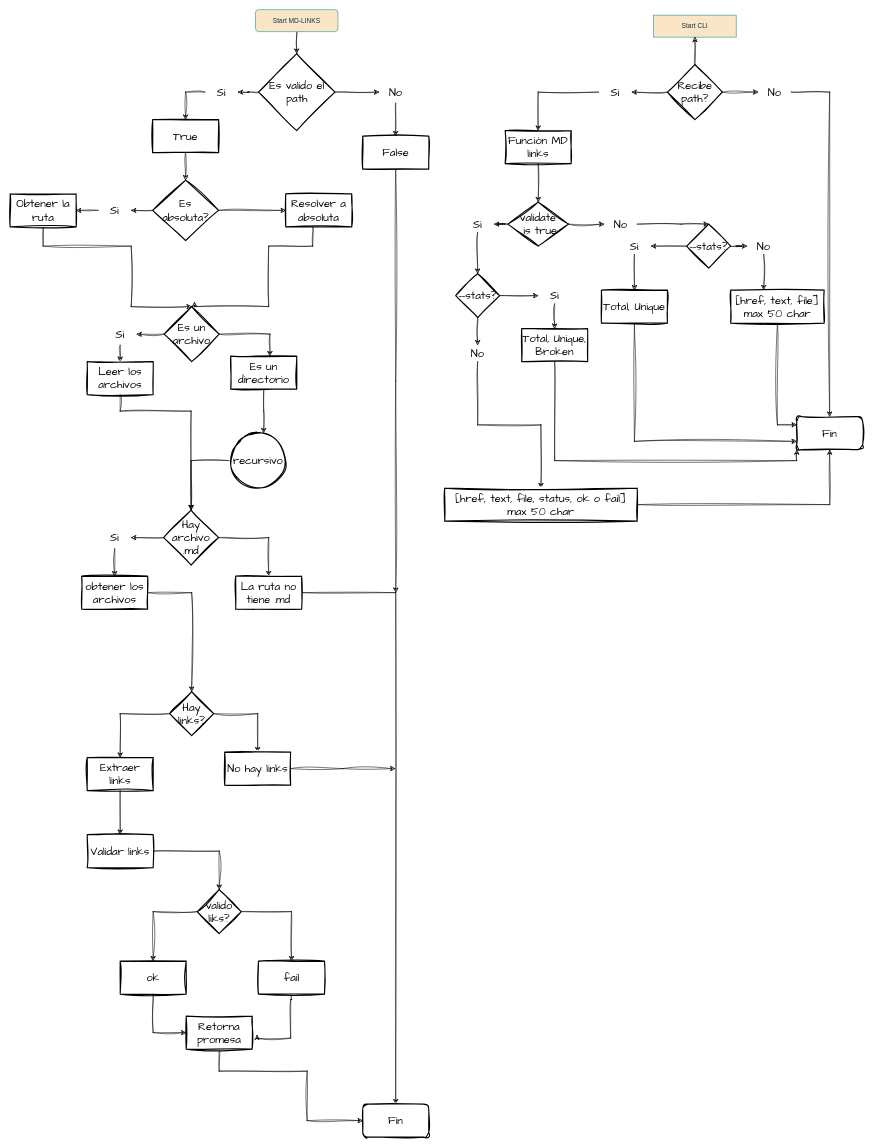
The draw.io diagram Diagrama sin título.drawio in jhosefin/MD-LINKS, before the edit. Source tidied: cells renumbered, new cells numbered last; positions are measured from the earlier drawing's top-left corner, leaving out a move shared by most shapes. Both pictures are drawn from the tidied source at 55%, with x=0, y=0 at pixel (10, 9).
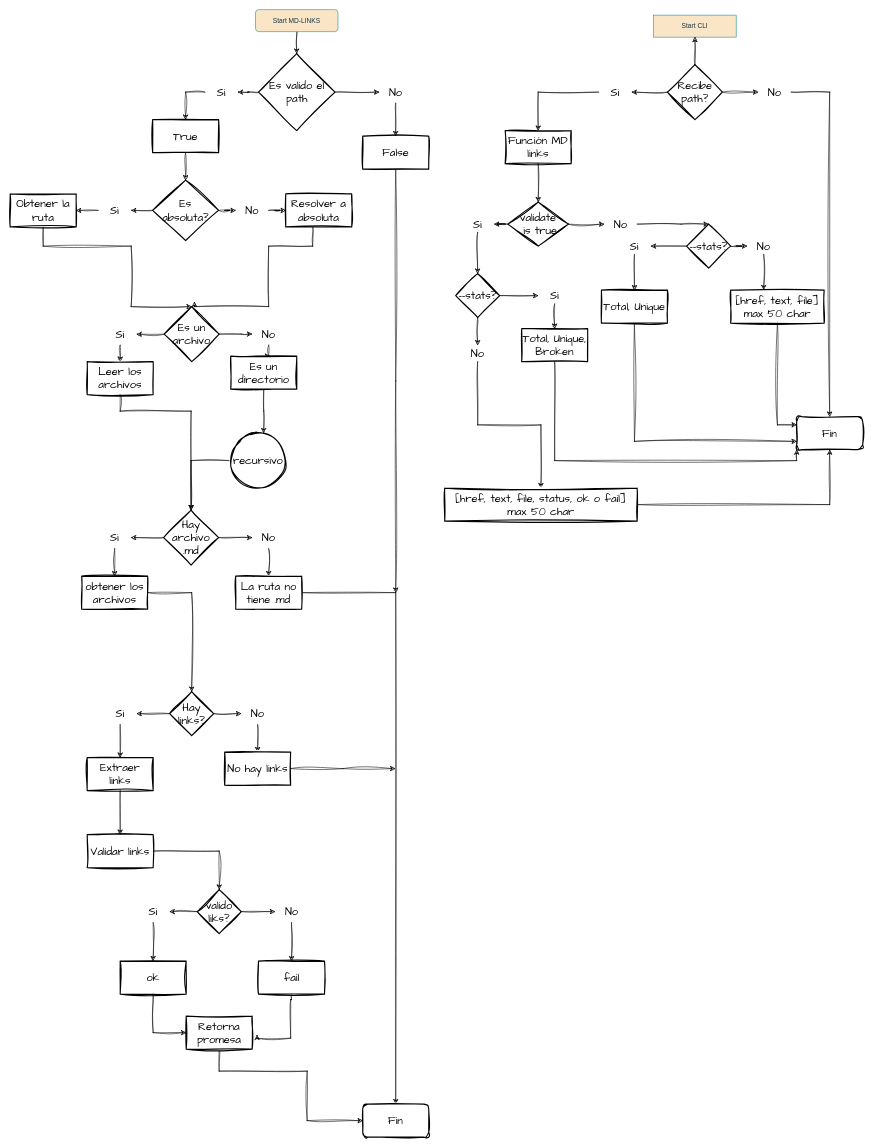
The same diagram, later.

Unchanged cells that the change refers to:
```xml
<mxCell id="10" value="&lt;div&gt;Es &lt;br&gt;&lt;/div&gt;&lt;div&gt;absoluta?&lt;/div&gt;" style="strokeWidth=2;html=1;shape=mxgraph.flowchart.decision;whiteSpace=wrap;sketch=1;hachureGap=4;jiggle=2;curveFitting=1;fontFamily=Architects Daughter;fontSize=20;" parent="1" vertex="1">
  <mxGeometry x="259" y="310" width="120" height="110" as="geometry" />
</mxCell>
<mxCell id="14" value="Resolver a absoluta" style="whiteSpace=wrap;html=1;fontSize=20;fontFamily=Architects Daughter;strokeWidth=2;sketch=1;hachureGap=4;jiggle=2;curveFitting=1;" parent="1" vertex="1">
  <mxGeometry x="501" y="335" width="120" height="60" as="geometry" />
</mxCell>
<mxCell id="17" value="Es un archivo" style="strokeWidth=2;html=1;shape=mxgraph.flowchart.decision;whiteSpace=wrap;sketch=1;hachureGap=4;jiggle=2;curveFitting=1;fontFamily=Architects Daughter;fontSize=20;" parent="1" vertex="1">
  <mxGeometry x="280" y="540" width="100" height="100" as="geometry" />
</mxCell>
<mxCell id="19" value="Es un directorio" style="whiteSpace=wrap;html=1;fontSize=20;fontFamily=Architects Daughter;strokeWidth=2;sketch=1;hachureGap=4;jiggle=2;curveFitting=1;" parent="1" vertex="1">
  <mxGeometry x="401" y="630" width="120" height="60" as="geometry" />
</mxCell>
<mxCell id="26" value="Hay archivo .md" style="strokeWidth=2;html=1;shape=mxgraph.flowchart.decision;whiteSpace=wrap;sketch=1;hachureGap=4;jiggle=2;curveFitting=1;fontFamily=Architects Daughter;fontSize=20;" parent="1" vertex="1">
  <mxGeometry x="279" y="910" width="100" height="100" as="geometry" />
</mxCell>
<mxCell id="28" value="La ruta no tiene .md" style="whiteSpace=wrap;html=1;fontSize=20;fontFamily=Architects Daughter;strokeWidth=2;sketch=1;hachureGap=4;jiggle=2;curveFitting=1;" parent="1" vertex="1">
  <mxGeometry x="410" y="1030" width="120" height="60" as="geometry" />
</mxCell>
<mxCell id="33" value="Hay links?" style="rhombus;whiteSpace=wrap;html=1;fontSize=20;fontFamily=Architects Daughter;strokeWidth=2;sketch=1;hachureGap=4;jiggle=2;curveFitting=1;" parent="1" vertex="1">
  <mxGeometry x="290" y="1240" width="80" height="80" as="geometry" />
</mxCell>
<mxCell id="35" value="No hay links" style="whiteSpace=wrap;html=1;fontSize=20;fontFamily=Architects Daughter;strokeWidth=2;sketch=1;hachureGap=4;jiggle=2;curveFitting=1;" parent="1" vertex="1">
  <mxGeometry x="390" y="1350" width="120" height="60" as="geometry" />
</mxCell>
<mxCell id="37" value="Extraer links" style="whiteSpace=wrap;html=1;fontSize=20;fontFamily=Architects Daughter;strokeWidth=2;sketch=1;hachureGap=4;jiggle=2;curveFitting=1;" parent="1" vertex="1">
  <mxGeometry x="140" y="1360" width="120" height="60" as="geometry" />
</mxCell>
<mxCell id="42" value="valido liks?" style="rhombus;whiteSpace=wrap;html=1;fontSize=20;fontFamily=Architects Daughter;strokeWidth=2;sketch=1;hachureGap=4;jiggle=2;curveFitting=1;" parent="1" vertex="1">
  <mxGeometry x="340" y="1600" width="80" height="80" as="geometry" />
</mxCell>
<mxCell id="44" value="fail" style="whiteSpace=wrap;html=1;fontSize=20;fontFamily=Architects Daughter;strokeWidth=2;sketch=1;hachureGap=4;jiggle=2;curveFitting=1;" parent="1" vertex="1">
  <mxGeometry x="451.5" y="1730" width="120" height="60" as="geometry" />
</mxCell>
<mxCell id="46" value="ok" style="whiteSpace=wrap;html=1;fontSize=20;fontFamily=Architects Daughter;strokeWidth=2;sketch=1;hachureGap=4;jiggle=2;curveFitting=1;" parent="1" vertex="1">
  <mxGeometry x="200" y="1730" width="120" height="60" as="geometry" />
</mxCell>
```

Change to the diagram source:
```diff
@@
-    <mxCell id="9" style="edgeStyle=orthogonalEdgeStyle;rounded=0;sketch=1;hachureGap=4;jiggle=2;curveFitting=1;jettySize=auto;html=1;fontFamily=Architects Daughter;fontSize=16;" parent="1" edge="1" source="10" target="14">
+    <mxCell id="9" style="edgeStyle=orthogonalEdgeStyle;rounded=0;sketch=1;hachureGap=4;jiggle=2;curveFitting=1;jettySize=auto;html=1;fontFamily=Architects Daughter;fontSize=16;" parent="1" edge="1" source="105" target="14">
       <mxGeometry relative="1" as="geometry" />
     </mxCell>
@@
-    <mxCell id="15" style="edgeStyle=orthogonalEdgeStyle;rounded=0;sketch=1;hachureGap=4;jiggle=2;curveFitting=1;jettySize=auto;html=1;fontFamily=Architects Daughter;fontSize=16;entryX=0.594;entryY=0.001;entryDx=0;entryDy=0;entryPerimeter=0;" parent="1" edge="1" source="17" target="19">
+    <mxCell id="15" style="edgeStyle=orthogonalEdgeStyle;rounded=0;sketch=1;hachureGap=4;jiggle=2;curveFitting=1;jettySize=auto;html=1;fontFamily=Architects Daughter;fontSize=16;entryX=0.594;entryY=0.001;entryDx=0;entryDy=0;entryPerimeter=0;" parent="1" edge="1" source="107" target="19">
       <mxGeometry relative="1" as="geometry" />
     </mxCell>
@@
-    <mxCell id="24" style="edgeStyle=orthogonalEdgeStyle;rounded=0;sketch=1;hachureGap=4;jiggle=2;curveFitting=1;jettySize=auto;html=1;fontFamily=Architects Daughter;fontSize=16;" parent="1" edge="1" source="26" target="28">
+    <mxCell id="24" style="edgeStyle=orthogonalEdgeStyle;rounded=0;sketch=1;hachureGap=4;jiggle=2;curveFitting=1;jettySize=auto;html=1;fontFamily=Architects Daughter;fontSize=16;" parent="1" edge="1" source="109" target="28">
       <mxGeometry relative="1" as="geometry" />
     </mxCell>
@@
-    <mxCell id="31" style="edgeStyle=orthogonalEdgeStyle;rounded=0;sketch=1;hachureGap=4;jiggle=2;curveFitting=1;jettySize=auto;html=1;fontFamily=Architects Daughter;fontSize=16;" parent="1" edge="1" source="33" target="35">
+    <mxCell id="31" style="edgeStyle=orthogonalEdgeStyle;rounded=0;sketch=1;hachureGap=4;jiggle=2;curveFitting=1;jettySize=auto;html=1;fontFamily=Architects Daughter;fontSize=16;" parent="1" edge="1" source="111" target="35">
       <mxGeometry relative="1" as="geometry" />
     </mxCell>
-    <mxCell id="32" style="edgeStyle=orthogonalEdgeStyle;rounded=0;sketch=1;hachureGap=4;jiggle=2;curveFitting=1;jettySize=auto;html=1;fontFamily=Architects Daughter;fontSize=16;" parent="1" edge="1" source="33" target="37">
+    <mxCell id="32" style="edgeStyle=orthogonalEdgeStyle;rounded=0;sketch=1;hachureGap=4;jiggle=2;curveFitting=1;jettySize=auto;html=1;fontFamily=Architects Daughter;fontSize=16;" parent="1" edge="1" source="113" target="37">
       <mxGeometry relative="1" as="geometry" />
     </mxCell>
@@
-    <mxCell id="40" style="edgeStyle=orthogonalEdgeStyle;rounded=0;sketch=1;hachureGap=4;jiggle=2;curveFitting=1;jettySize=auto;html=1;fontFamily=Architects Daughter;fontSize=16;" parent="1" edge="1" source="42" target="44">
+    <mxCell id="40" style="edgeStyle=orthogonalEdgeStyle;rounded=0;sketch=1;hachureGap=4;jiggle=2;curveFitting=1;jettySize=auto;html=1;fontFamily=Architects Daughter;fontSize=16;" parent="1" edge="1" source="115" target="44">
       <mxGeometry relative="1" as="geometry" />
     </mxCell>
-    <mxCell id="41" style="edgeStyle=orthogonalEdgeStyle;rounded=0;sketch=1;hachureGap=4;jiggle=2;curveFitting=1;jettySize=auto;html=1;fontFamily=Architects Daughter;fontSize=16;" parent="1" edge="1" source="42" target="46">
+    <mxCell id="41" style="edgeStyle=orthogonalEdgeStyle;rounded=0;sketch=1;hachureGap=4;jiggle=2;curveFitting=1;jettySize=auto;html=1;fontFamily=Architects Daughter;fontSize=16;" parent="1" edge="1" source="117" target="46">
       <mxGeometry relative="1" as="geometry" />
     </mxCell>
@@
+    <mxCell id="104" style="edgeStyle=orthogonalEdgeStyle;rounded=0;sketch=1;hachureGap=4;jiggle=2;curveFitting=1;jettySize=auto;html=1;fontFamily=Architects Daughter;fontSize=16;" parent="1" edge="1" source="10" target="105">
+      <mxGeometry relative="1" as="geometry" />
+    </mxCell>
+    <mxCell id="105" value="No" style="text;strokeColor=none;align=center;fillColor=none;html=1;verticalAlign=middle;whiteSpace=wrap;rounded=0;fontSize=20;fontFamily=Architects Daughter;" parent="1" vertex="1">
+      <mxGeometry x="410" y="345" width="60" height="40" as="geometry" />
+    </mxCell>
+    <mxCell id="106" style="edgeStyle=orthogonalEdgeStyle;rounded=0;sketch=1;hachureGap=4;jiggle=2;curveFitting=1;jettySize=auto;html=1;fontFamily=Architects Daughter;fontSize=16;entryX=0;entryY=0.5;entryDx=0;entryDy=0;" parent="1" edge="1" source="17" target="107">
+      <mxGeometry relative="1" as="geometry">
+        <Array as="points">
+          <mxPoint x="420" y="590" />
+          <mxPoint x="420" y="590" />
+        </Array>
+      </mxGeometry>
+    </mxCell>
+    <mxCell id="107" value="No" style="text;strokeColor=none;align=center;fillColor=none;html=1;verticalAlign=middle;whiteSpace=wrap;rounded=0;fontSize=20;fontFamily=Architects Daughter;" parent="1" vertex="1">
+      <mxGeometry x="440" y="570" width="60" height="40" as="geometry" />
+    </mxCell>
+    <mxCell id="108" style="edgeStyle=orthogonalEdgeStyle;rounded=0;sketch=1;hachureGap=4;jiggle=2;curveFitting=1;jettySize=auto;html=1;fontFamily=Architects Daughter;fontSize=16;" parent="1" edge="1" source="26" target="109">
+      <mxGeometry relative="1" as="geometry" />
+    </mxCell>
+    <mxCell id="109" value="No" style="text;strokeColor=none;align=center;fillColor=none;html=1;verticalAlign=middle;whiteSpace=wrap;rounded=0;fontSize=20;fontFamily=Architects Daughter;" parent="1" vertex="1">
+      <mxGeometry x="440" y="940" width="60" height="40" as="geometry" />
+    </mxCell>
+    <mxCell id="110" style="edgeStyle=orthogonalEdgeStyle;rounded=0;sketch=1;hachureGap=4;jiggle=2;curveFitting=1;jettySize=auto;html=1;fontFamily=Architects Daughter;fontSize=16;" parent="1" edge="1" source="33" target="111">
+      <mxGeometry relative="1" as="geometry" />
+    </mxCell>
+    <mxCell id="111" value="No" style="text;strokeColor=none;align=center;fillColor=none;html=1;verticalAlign=middle;whiteSpace=wrap;rounded=0;fontSize=20;fontFamily=Architects Daughter;" parent="1" vertex="1">
+      <mxGeometry x="420" y="1260" width="60" height="40" as="geometry" />
+    </mxCell>
+    <mxCell id="112" style="edgeStyle=orthogonalEdgeStyle;rounded=0;sketch=1;hachureGap=4;jiggle=2;curveFitting=1;jettySize=auto;html=1;fontFamily=Architects Daughter;fontSize=16;" parent="1" edge="1" source="33" target="113">
+      <mxGeometry relative="1" as="geometry" />
+    </mxCell>
+    <mxCell id="113" value="Si" style="text;strokeColor=none;align=center;fillColor=none;html=1;verticalAlign=middle;whiteSpace=wrap;rounded=0;fontSize=20;fontFamily=Architects Daughter;" parent="1" vertex="1">
+      <mxGeometry x="170" y="1260" width="60" height="40" as="geometry" />
+    </mxCell>
+    <mxCell id="114" style="edgeStyle=orthogonalEdgeStyle;rounded=0;sketch=1;hachureGap=4;jiggle=2;curveFitting=1;jettySize=auto;html=1;fontFamily=Architects Daughter;fontSize=16;" parent="1" edge="1" source="42" target="115">
+      <mxGeometry relative="1" as="geometry" />
+    </mxCell>
+    <mxCell id="115" value="No" style="text;strokeColor=none;align=center;fillColor=none;html=1;verticalAlign=middle;whiteSpace=wrap;rounded=0;fontSize=20;fontFamily=Architects Daughter;" parent="1" vertex="1">
+      <mxGeometry x="481.5" y="1620" width="60" height="40" as="geometry" />
+    </mxCell>
+    <mxCell id="116" style="edgeStyle=orthogonalEdgeStyle;rounded=0;sketch=1;hachureGap=4;jiggle=2;curveFitting=1;jettySize=auto;html=1;fontFamily=Architects Daughter;fontSize=16;" parent="1" edge="1" source="42" target="117">
+      <mxGeometry relative="1" as="geometry" />
+    </mxCell>
+    <mxCell id="117" value="Si" style="text;strokeColor=none;align=center;fillColor=none;html=1;verticalAlign=middle;whiteSpace=wrap;rounded=0;fontSize=20;fontFamily=Architects Daughter;" parent="1" vertex="1">
+      <mxGeometry x="230" y="1620" width="60" height="40" as="geometry" />
+    </mxCell>
```
